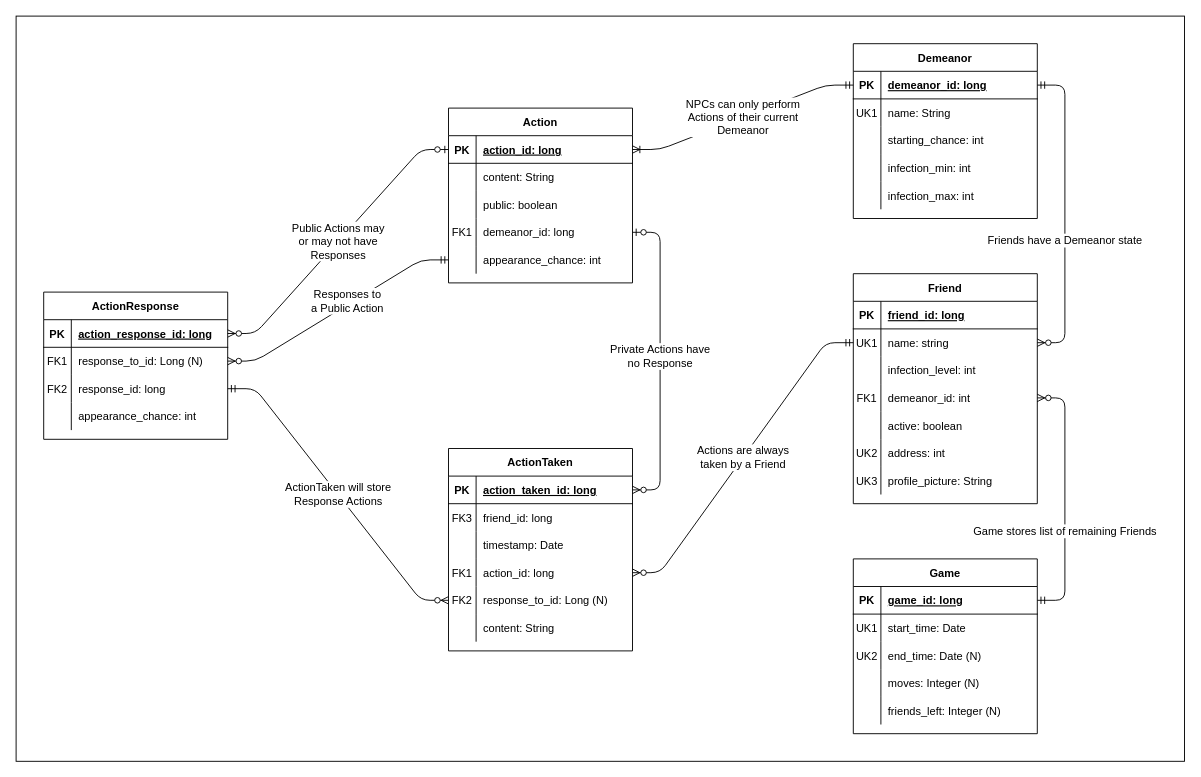
Earlier version of the draw.io diagram docs/work/erd.drawio (AugmenTab/viral). Source tidied: cells renumbered, new cells numbered last; positions are measured from the earlier drawing's top-left corner, leaving out a move shared by most shapes. Both pictures are drawn from the tidied source at 92%, with x=0, y=0 at pixel (16, 16).
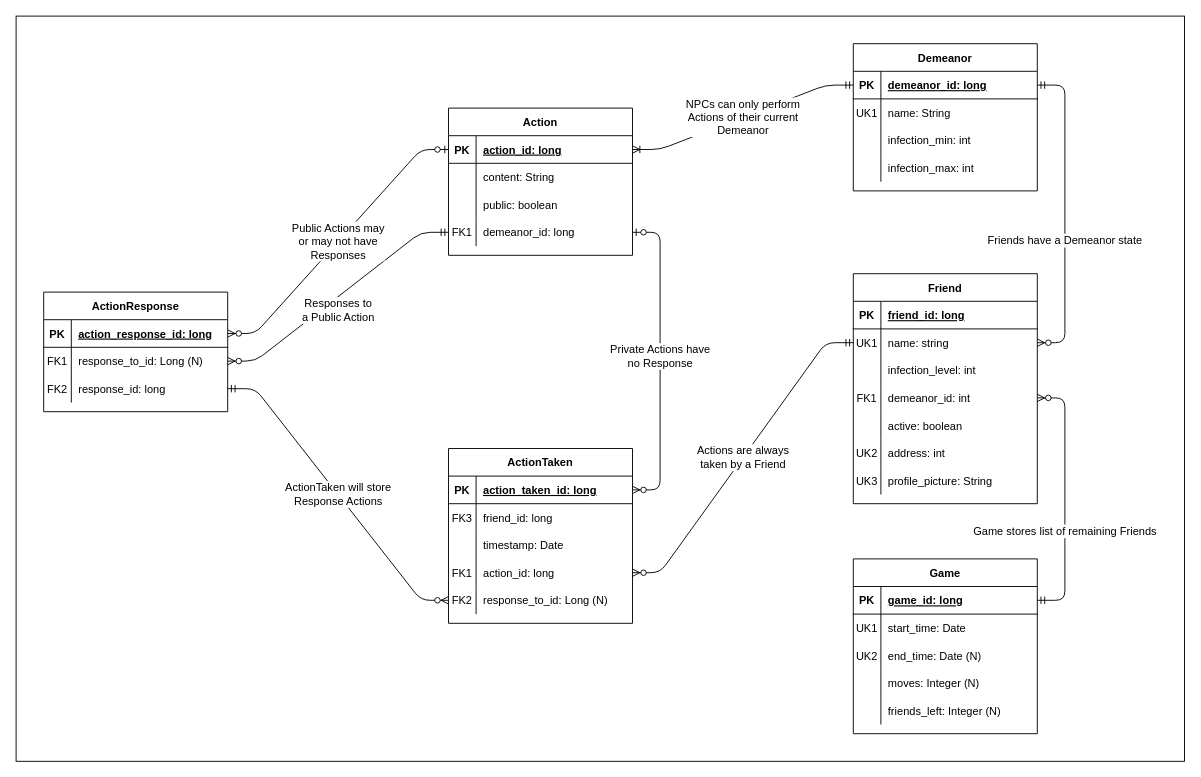
Above is the later version.

Unchanged cells that the change refers to:
```xml
<mxCell id="20" style="shape=partialRectangle;fillColor=none;top=0;left=0;bottom=0;right=0;points=[[0,0.5],[1,0.5]];portConstraint=eastwest;" parent="10" vertex="1">
  <mxGeometry y="120" width="200" height="30" as="geometry" />
</mxCell>
<mxCell id="82" style="shape=partialRectangle;fillColor=none;top=0;left=0;bottom=0;right=0;points=[[0,0.5],[1,0.5]];portConstraint=eastwest;" parent="78" vertex="1">
  <mxGeometry y="60" width="200" height="30" as="geometry" />
</mxCell>
```

Diff of the diagram source:
```diff
@@
-    <mxCell id="3" value="Responses to&lt;br&gt;a Public Action" style="edgeStyle=entityRelationEdgeStyle;fontSize=12;html=1;endArrow=ERzeroToMany;startArrow=ERmandOne;entryX=1;entryY=0.5;entryDx=0;entryDy=0;exitX=0;exitY=0.5;exitDx=0;exitDy=0;" parent="1" edge="1" source="23" target="82">
-      <mxGeometry x="-0.1" y="-3" relative="1" as="geometry" />
+    <mxCell id="3" value="Responses to&lt;br&gt;a Public Action" style="edgeStyle=entityRelationEdgeStyle;fontSize=12;html=1;endArrow=ERzeroToMany;startArrow=ERmandOne;entryX=1;entryY=0.5;entryDx=0;entryDy=0;exitX=0;exitY=0.5;exitDx=0;exitDy=0;" parent="1" edge="1" source="20" target="82">
+      <mxGeometry x="0.06" y="12" relative="1" as="geometry" />
     </mxCell>
@@
     <mxCell id="10" value="Action" style="shape=table;startSize=30;childLayout=tableLayout;rowLines=0;fontStyle=1;align=center;" parent="1" vertex="1">
-      <mxGeometry x="470" y="100" width="200" height="190" as="geometry" />
+      <mxGeometry x="470" y="100" width="200" height="160" as="geometry" />
     </mxCell>
@@
-    <mxCell id="23" style="shape=partialRectangle;fillColor=none;top=0;left=0;bottom=0;right=0;points=[[0,0.5],[1,0.5]];portConstraint=eastwest;" parent="10" vertex="1">
-      <mxGeometry y="150" width="200" height="30" as="geometry" />
-    </mxCell>
-    <mxCell id="24" style="shape=partialRectangle;fillColor=none;top=0;left=0;bottom=0;right=0;overflow=hidden;" parent="23" vertex="1">
-      <mxGeometry width="30" height="30" as="geometry" />
-    </mxCell>
-    <mxCell id="25" value="appearance_chance: int" style="shape=partialRectangle;fillColor=none;top=0;left=0;bottom=0;right=0;align=left;spacingLeft=6;overflow=hidden;" parent="23" vertex="1">
-      <mxGeometry x="30" width="170" height="30" as="geometry" />
-    </mxCell>
@@
     <mxCell id="27" value="Demeanor" style="shape=table;startSize=30;childLayout=tableLayout;rowLines=0;fontStyle=1;align=center;" parent="1" vertex="1">
-      <mxGeometry x="910" y="30" width="200" height="190" as="geometry" />
+      <mxGeometry x="910" y="30" width="200" height="160" as="geometry" />
     </mxCell>
@@
-    <mxCell id="34" style="shape=partialRectangle;fillColor=none;top=0;left=0;bottom=0;right=0;" parent="27" vertex="1">
-      <mxGeometry y="90" width="200" height="30" as="geometry" />
-    </mxCell>
-    <mxCell id="35" style="shape=partialRectangle;fillColor=none;top=0;left=0;bottom=0;right=0;overflow=hidden;" parent="34" vertex="1">
-      <mxGeometry width="30" height="30" as="geometry" />
-    </mxCell>
-    <mxCell id="36" value="starting_chance: int" style="shape=partialRectangle;fillColor=none;top=0;left=0;bottom=0;right=0;align=left;spacingLeft=6;overflow=hidden;" parent="34" vertex="1">
-      <mxGeometry x="30" width="170" height="30" as="geometry" />
-    </mxCell>
     <mxCell id="37" style="shape=partialRectangle;fillColor=none;top=0;left=0;bottom=0;right=0;" parent="27" vertex="1">
-      <mxGeometry y="120" width="200" height="30" as="geometry" />
+      <mxGeometry y="90" width="200" height="30" as="geometry" />
     </mxCell>
@@
     <mxCell id="40" style="shape=partialRectangle;fillColor=none;top=0;left=0;bottom=0;right=0;" parent="27" vertex="1">
-      <mxGeometry y="150" width="200" height="30" as="geometry" />
+      <mxGeometry y="120" width="200" height="30" as="geometry" />
     </mxCell>
@@
     <mxCell id="59" value="ActionTaken" style="shape=table;startSize=30;childLayout=tableLayout;rowLines=0;fontStyle=1;align=center;" parent="1" vertex="1">
-      <mxGeometry x="470" y="470" width="200" height="220" as="geometry" />
+      <mxGeometry x="470" y="470" width="200" height="190" as="geometry" />
     </mxCell>
@@
-    <mxCell id="75" style="shape=partialRectangle;fillColor=none;top=0;left=0;bottom=0;right=0;" parent="59" vertex="1">
-      <mxGeometry y="180" width="200" height="30" as="geometry" />
-    </mxCell>
-    <mxCell id="76" style="shape=partialRectangle;fillColor=none;top=0;left=0;bottom=0;right=0;overflow=hidden;" parent="75" vertex="1">
-      <mxGeometry width="30" height="30" as="geometry" />
-    </mxCell>
-    <mxCell id="77" value="content: String" style="shape=partialRectangle;fillColor=none;top=0;left=0;bottom=0;right=0;align=left;spacingLeft=6;overflow=hidden;" parent="75" vertex="1">
-      <mxGeometry x="30" width="170" height="30" as="geometry" />
-    </mxCell>
     <mxCell id="78" value="ActionResponse" style="shape=table;startSize=30;childLayout=tableLayout;rowLines=0;fontStyle=1;align=center;" parent="1" vertex="1">
-      <mxGeometry x="30" y="300" width="200" height="160" as="geometry" />
+      <mxGeometry x="30" y="300" width="200" height="130" as="geometry" />
     </mxCell>
@@
-    <mxCell id="88" style="shape=partialRectangle;fillColor=none;top=0;left=0;bottom=0;right=0;" parent="78" vertex="1">
-      <mxGeometry y="120" width="200" height="30" as="geometry" />
-    </mxCell>
-    <mxCell id="89" style="shape=partialRectangle;fillColor=none;top=0;left=0;bottom=0;right=0;overflow=hidden;" parent="88" vertex="1">
-      <mxGeometry width="30" height="30" as="geometry" />
-    </mxCell>
-    <mxCell id="90" value="appearance_chance: int" style="shape=partialRectangle;fillColor=none;top=0;left=0;bottom=0;right=0;align=left;spacingLeft=6;overflow=hidden;" parent="88" vertex="1">
-      <mxGeometry x="30" width="170" height="30" as="geometry" />
-    </mxCell>
```
